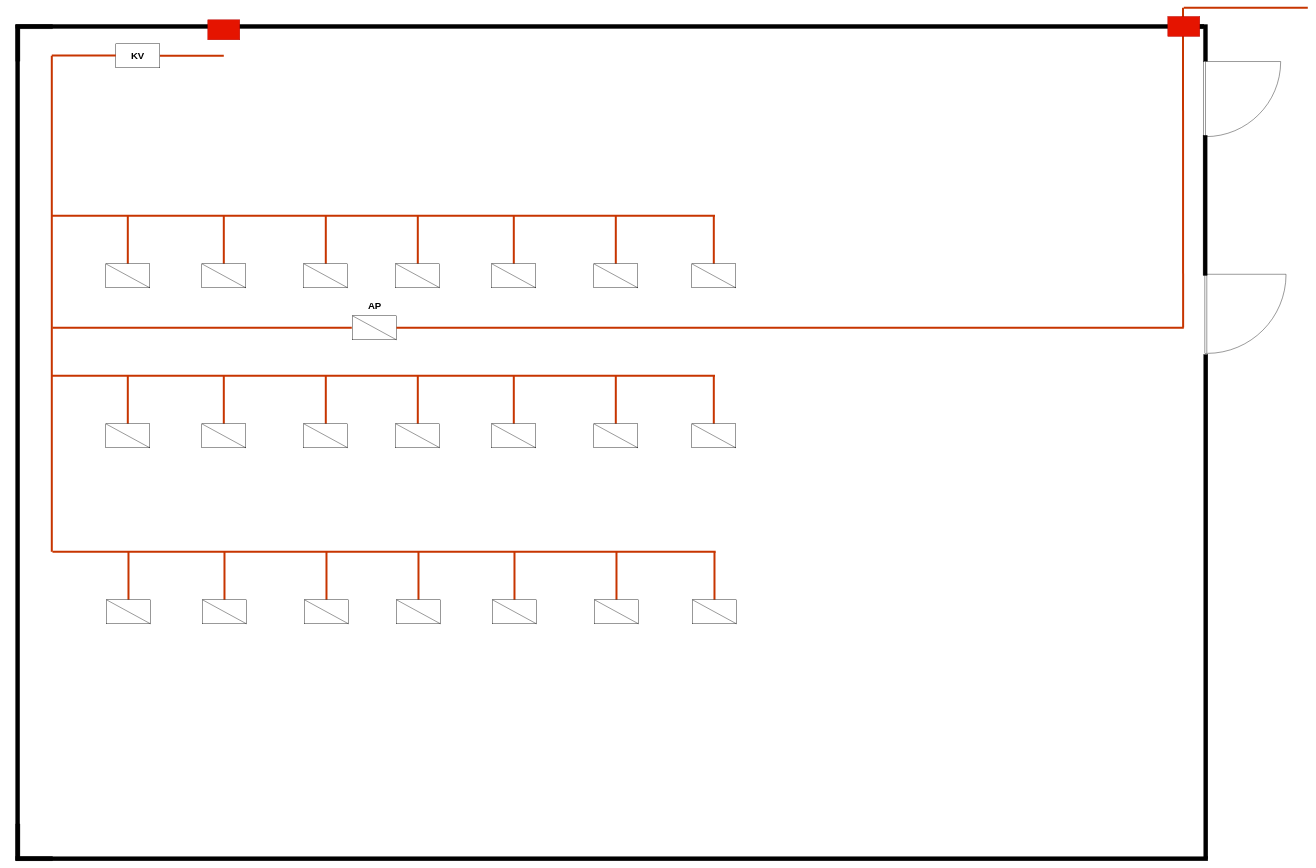
Earlier version of the draw.io diagram Vaja X3.drawio (Pino-Tortellino/Implementation-Schemes). Source tidied: cells renumbered, new cells numbered last; positions are measured from the earlier drawing's top-left corner, leaving out a move shared by most shapes. Both pictures are drawn from the tidied source at 40%, with x=0, y=0 at pixel (-400, 8).
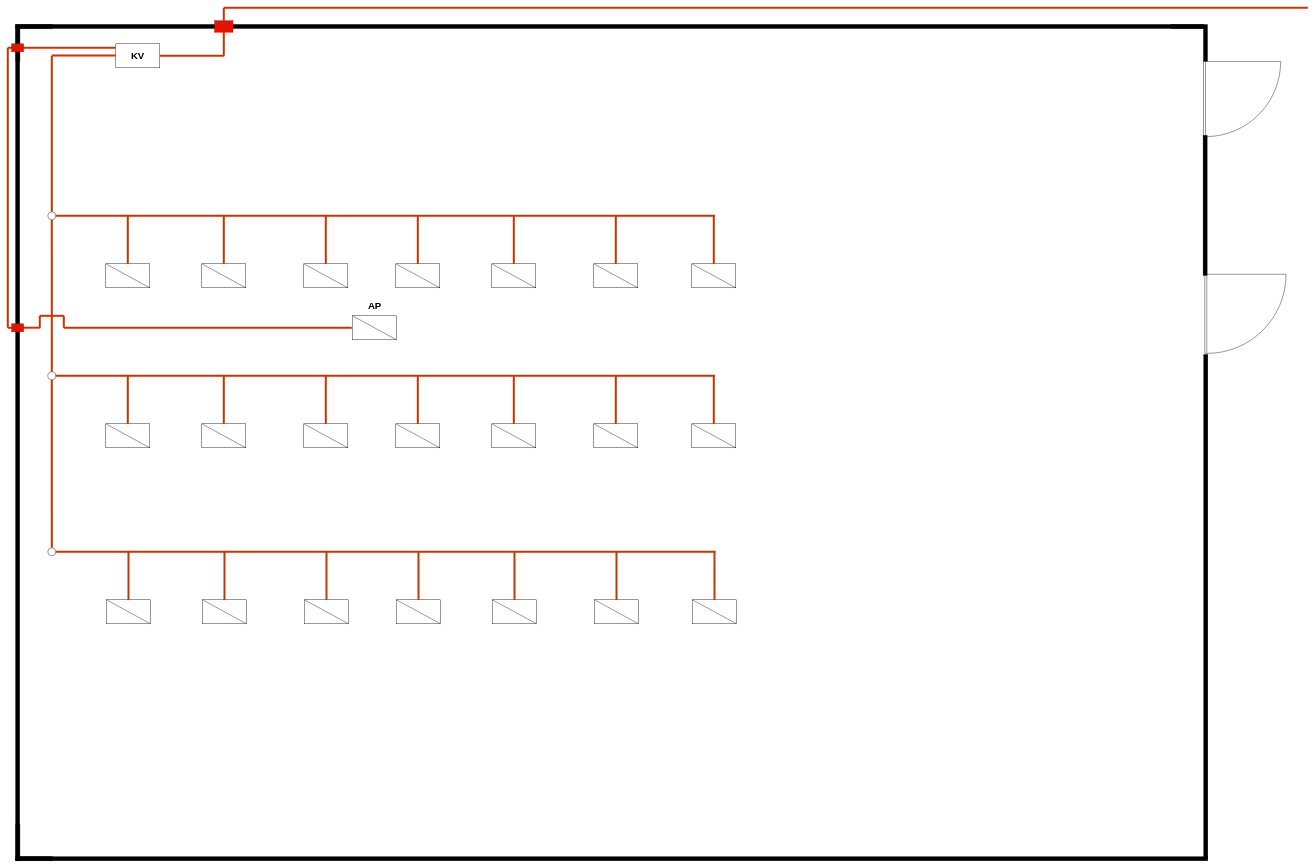
The same diagram, later.

The change refers to these unchanged cells:
```xml
<mxCell id="15" value="&lt;font style=&quot;font-size: 24px; color: light-dark(rgb(0, 0, 0), rgb(6, 180, 255));&quot;&gt;&lt;b style=&quot;&quot;&gt;KV&lt;/b&gt;&lt;/font&gt;" style="rounded=0;whiteSpace=wrap;html=1;strokeColor=light-dark(#000000,#06B4FF);" parent="1" vertex="1">
  <mxGeometry x="1289" y="90" width="110" height="60" as="geometry" />
</mxCell>
```

What changed in the source:
```diff
@@
     <mxCell id="12" style="endArrow=none;html=1;rounded=0;strokeWidth=5;fillColor=#fa6800;strokeColor=light-dark(#C73500,#FFF600);" parent="1" edge="1">
       <mxGeometry relative="1" as="geometry">
-        <mxPoint x="3959" as="sourcePoint" />
+        <mxPoint x="1559" as="sourcePoint" />
         <mxPoint x="4269" as="targetPoint" />
       </mxGeometry>
     </mxCell>
-    <mxCell id="13" style="rounded=0;whiteSpace=wrap;html=1;fillColor=light-dark(#E51400,#FF0000);fontColor=#ffffff;strokeColor=light-dark(#B20000,#FF0010);" parent="1" vertex="1">
-      <mxGeometry x="1519" y="30" width="80" height="50" as="geometry" />
-    </mxCell>
@@
-    <mxCell id="17" style="endArrow=none;html=1;rounded=0;strokeWidth=5;fillColor=#fa6800;strokeColor=light-dark(#C73500,#FF9A03);" parent="1" edge="1">
+    <mxCell id="17" style="endArrow=none;html=1;rounded=0;strokeWidth=5;fillColor=#fa6800;strokeColor=light-dark(#C73500,#FF9A03);" parent="1" edge="1" source="97">
       <mxGeometry relative="1" as="geometry">
-        <mxPoint x="1129" y="1360" as="sourcePoint" />
         <mxPoint x="1129" y="120" as="targetPoint" />
       </mxGeometry>
     </mxCell>
@@
     <mxCell id="84" style="endArrow=none;html=1;rounded=0;strokeWidth=5;fillColor=#fa6800;strokeColor=light-dark(#C73500,#FF9A03);" parent="1" edge="1">
       <mxGeometry relative="1" as="geometry">
-        <mxPoint x="1130.7" y="800" as="sourcePoint" />
+        <mxPoint x="1159" y="800" as="sourcePoint" />
         <mxPoint x="1879" y="800" as="targetPoint" />
       </mxGeometry>
     </mxCell>
@@
-    <mxCell id="88" style="endArrow=none;html=1;rounded=0;strokeWidth=5;fillColor=#fa6800;strokeColor=light-dark(#C73500,#FF9A03);" parent="1" edge="1">
-      <mxGeometry relative="1" as="geometry">
-        <mxPoint x="1990.7" y="800" as="sourcePoint" />
-        <mxPoint x="3959" y="800" as="targetPoint" />
-      </mxGeometry>
-    </mxCell>
-    <mxCell id="89" style="endArrow=none;html=1;rounded=0;strokeWidth=5;fillColor=#fa6800;strokeColor=light-dark(#C73500,#FF9A03);" parent="1" edge="1">
-      <mxGeometry relative="1" as="geometry">
-        <mxPoint x="3957" as="sourcePoint" />
-        <mxPoint x="3957.3" y="799" as="targetPoint" />
-      </mxGeometry>
-    </mxCell>
-    <mxCell id="90" style="endArrow=none;html=1;rounded=0;strokeWidth=5;fillColor=#fa6800;strokeColor=light-dark(#C73500,#FF9A03);" parent="1" edge="1" target="91">
-      <mxGeometry relative="1" as="geometry">
-        <mxPoint x="3957" y="30" as="sourcePoint" />
-      </mxGeometry>
-    </mxCell>
-    <mxCell id="91" style="rounded=0;whiteSpace=wrap;html=1;fillColor=light-dark(#E51400,#FF0000);fontColor=#ffffff;strokeColor=light-dark(#B20000,#FF0010);" parent="1" vertex="1">
-      <mxGeometry x="3919" y="21.6" width="80" height="50" as="geometry" />
-    </mxCell>
+    <mxCell id="92" style="endArrow=none;html=1;rounded=0;strokeWidth=5;fillColor=#fa6800;strokeColor=light-dark(#C73500,#FFF600);" parent="1" edge="1" source="13">
+      <mxGeometry relative="1" as="geometry">
+        <mxPoint x="1559" as="targetPoint" />
+      </mxGeometry>
+    </mxCell>
+    <mxCell id="93" style="endArrow=none;html=1;rounded=0;strokeWidth=5;fillColor=#fa6800;strokeColor=light-dark(#C73500,#FF9A03);" parent="1" edge="1">
+      <mxGeometry relative="1" as="geometry">
+        <mxPoint x="1019" y="800" as="sourcePoint" />
+        <mxPoint x="1019" y="800" as="targetPoint" />
+      </mxGeometry>
+    </mxCell>
+    <mxCell id="94" style="endArrow=none;html=1;rounded=0;strokeWidth=5;fillColor=#fa6800;strokeColor=light-dark(#C73500,#FF9A03);" parent="1" edge="1">
+      <mxGeometry relative="1" as="geometry">
+        <mxPoint x="1019" y="800" as="sourcePoint" />
+        <mxPoint x="1019" y="100" as="targetPoint" />
+      </mxGeometry>
+    </mxCell>
+    <mxCell id="95" style="endArrow=none;html=1;rounded=0;strokeWidth=5;fillColor=#fa6800;strokeColor=light-dark(#C73500,#FF9A03);entryX=0;entryY=0.167;entryDx=0;entryDy=0;entryPerimeter=0;" parent="1" edge="1" target="15">
+      <mxGeometry relative="1" as="geometry">
+        <mxPoint x="1019" y="100" as="sourcePoint" />
+      </mxGeometry>
+    </mxCell>
+    <mxCell id="96" style="endArrow=none;html=1;rounded=0;strokeWidth=5;fillColor=#fa6800;strokeColor=light-dark(#C73500,#FF9A03);" parent="1" edge="1" source="99" target="97">
+      <mxGeometry relative="1" as="geometry" />
+    </mxCell>
+    <mxCell id="97" style="ellipse;whiteSpace=wrap;html=1;strokeColor=light-dark(#000000,#FF9A03);fillColor=light-dark(#FFFFFF,#FF9A03);" parent="1" vertex="1">
+      <mxGeometry x="1119" y="510" width="20" height="20" as="geometry" />
+    </mxCell>
+    <mxCell id="98" style="endArrow=none;html=1;rounded=0;strokeWidth=5;fillColor=#fa6800;strokeColor=light-dark(#C73500,#FF9A03);" parent="1" edge="1" source="101" target="99">
+      <mxGeometry relative="1" as="geometry" />
+    </mxCell>
+    <mxCell id="99" style="ellipse;whiteSpace=wrap;html=1;strokeColor=light-dark(#000000,#FF9A03);fillColor=light-dark(#FFFFFF,#FF9A03);rotation=-5;" parent="1" vertex="1">
+      <mxGeometry x="1119" y="910" width="20" height="20" as="geometry" />
+    </mxCell>
+    <mxCell id="100" style="endArrow=none;html=1;rounded=0;strokeWidth=5;fillColor=#fa6800;strokeColor=light-dark(#C73500,#FF9A03);" parent="1" edge="1" target="101">
+      <mxGeometry relative="1" as="geometry">
+        <mxPoint x="1129" y="1360" as="sourcePoint" />
+      </mxGeometry>
+    </mxCell>
+    <mxCell id="101" style="ellipse;whiteSpace=wrap;html=1;strokeColor=light-dark(#000000,#FF9A03);fillColor=light-dark(#FFFFFF,#FF9A03);" parent="1" vertex="1">
+      <mxGeometry x="1119" y="1350" width="20" height="20" as="geometry" />
+    </mxCell>
+    <mxCell id="102" style="rounded=0;whiteSpace=wrap;html=1;fillColor=light-dark(#E51400,#FF0000);fontColor=#ffffff;strokeColor=light-dark(#B20000,#FF0010);" parent="1" vertex="1">
+      <mxGeometry x="1028.6" y="90" width="30" height="20" as="geometry" />
+    </mxCell>
+    <mxCell id="103" style="endArrow=none;html=1;rounded=0;strokeWidth=5;fillColor=#fa6800;strokeColor=light-dark(#C73500,#FF9A03);" parent="1" edge="1" target="109">
+      <mxGeometry relative="1" as="geometry">
+        <mxPoint x="1019" y="800" as="sourcePoint" />
+      </mxGeometry>
+    </mxCell>
+    <mxCell id="104" style="endArrow=none;html=1;rounded=0;strokeWidth=5;fillColor=#fa6800;strokeColor=light-dark(#C73500,#FFF600);" parent="1" edge="1" target="13">
+      <mxGeometry relative="1" as="geometry">
+        <mxPoint x="1559" y="120" as="sourcePoint" />
+      </mxGeometry>
+    </mxCell>
+    <mxCell id="13" style="rounded=0;whiteSpace=wrap;html=1;fillColor=light-dark(#E51400,#FF0000);fontColor=#ffffff;strokeColor=light-dark(#B20000,#FF0010);" parent="1" vertex="1">
+      <mxGeometry x="1536" y="32.2" width="46" height="28.8" as="geometry" />
+    </mxCell>
+    <mxCell id="105" style="endArrow=none;html=1;rounded=0;strokeWidth=5;fillColor=#fa6800;strokeColor=light-dark(#C73500,#FF9A03);" parent="1" edge="1">
+      <mxGeometry relative="1" as="geometry">
+        <mxPoint x="1159" y="800" as="sourcePoint" />
+        <mxPoint x="1159" y="770" as="targetPoint" />
+      </mxGeometry>
+    </mxCell>
+    <mxCell id="106" style="endArrow=none;html=1;rounded=0;strokeWidth=5;fillColor=#fa6800;strokeColor=light-dark(#C73500,#FF9A03);" parent="1" edge="1">
+      <mxGeometry relative="1" as="geometry">
+        <mxPoint x="1099" y="800" as="sourcePoint" />
+        <mxPoint x="1099" y="770" as="targetPoint" />
+      </mxGeometry>
+    </mxCell>
+    <mxCell id="107" style="endArrow=none;html=1;rounded=0;strokeWidth=5;fillColor=#fa6800;strokeColor=light-dark(#C73500,#FF9A03);" parent="1" edge="1">
+      <mxGeometry relative="1" as="geometry">
+        <mxPoint x="1159" y="770" as="sourcePoint" />
+        <mxPoint x="1099" y="770" as="targetPoint" />
+      </mxGeometry>
+    </mxCell>
+    <mxCell id="108" style="endArrow=none;html=1;rounded=0;strokeWidth=5;fillColor=#fa6800;strokeColor=light-dark(#C73500,#FF9A03);" parent="1" edge="1">
+      <mxGeometry relative="1" as="geometry">
+        <mxPoint x="1099" y="799.7" as="sourcePoint" />
+        <mxPoint x="1039" y="799.7" as="targetPoint" />
+      </mxGeometry>
+    </mxCell>
+    <mxCell id="109" style="rounded=0;whiteSpace=wrap;html=1;fillColor=light-dark(#E51400,#FF0000);fontColor=#ffffff;strokeColor=light-dark(#B20000,#FF0010);" parent="1" vertex="1">
+      <mxGeometry x="1028.6" y="790" width="30" height="20" as="geometry" />
+    </mxCell>
```
